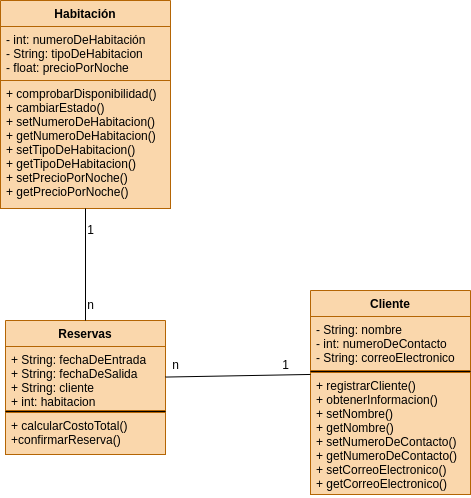
Above: SistemaDeReservasDeHoteles.drawio.png in nexphernandez/Diagramas-de-Clase (draw.io), before the change. Source tidied: cells renumbered, new cells last; positions are measured from the earlier drawing's top-left corner, leaving out a move shared by most shapes. Its diagram source:
```xml
<mxGraphModel background="#ffffff">
  <root>
    <mxCell id="0" />
    <mxCell id="1" parent="0" />
    <mxCell id="2" value="Habitación" style="swimlane;fontStyle=1;align=center;verticalAlign=top;horizontal=1;startSize=26;fillColor=#fad7ac;strokeColor=#b46504;" parent="1" vertex="1">
      <mxGeometry width="170" height="208" as="geometry" />
    </mxCell>
    <mxCell id="3" value="- int: numeroDeHabitación&#10;- String: tipoDeHabitacion&#10;- float: precioPorNoche" style="text;strokeColor=#b46504;fillColor=#fad7ac;align=left;verticalAlign=top;spacingLeft=4;spacingRight=4;overflow=hidden;" parent="2" vertex="1">
      <mxGeometry y="26" width="170" height="54" as="geometry" />
    </mxCell>
    <mxCell id="4" style="line;strokeWidth=1;align=left;verticalAlign=middle;spacingTop=-1;spacingLeft=3;spacingRight=3;labelPosition=right;" parent="2" vertex="1">
      <mxGeometry y="80" width="170" as="geometry" />
    </mxCell>
    <mxCell id="5" value="+ comprobarDisponibilidad()&#10;+ cambiarEstado()&#10;+ setNumeroDeHabitacion()&#10;+ getNumeroDeHabitacion()&#10;+ setTipoDeHabitacion()&#10;+ getTipoDeHabitacion()&#10;+ setPrecioPorNoche()&#10;+ getPrecioPorNoche()&#10;&#10;&#10;" style="text;strokeColor=#b46504;fillColor=#fad7ac;align=left;verticalAlign=top;spacingLeft=4;spacingRight=4;overflow=hidden;points=[[0,0.5],[1,0.5]];portConstraint=eastwest;" parent="2" vertex="1">
      <mxGeometry y="80" width="170" height="128" as="geometry" />
    </mxCell>
    <mxCell id="6" value="Cliente" style="swimlane;fontStyle=1;align=center;verticalAlign=top;horizontal=1;startSize=26;fillColor=#fad7ac;strokeColor=#b46504;" parent="1" vertex="1">
      <mxGeometry x="310" y="290" width="160" height="204" as="geometry" />
    </mxCell>
    <mxCell id="7" value="- String: nombre&#10;- int: numeroDeContacto&#10;- String: correoElectronico" style="text;strokeColor=#b46504;fillColor=#fad7ac;align=left;verticalAlign=top;spacingLeft=4;spacingRight=4;overflow=hidden;" parent="6" vertex="1">
      <mxGeometry y="26" width="160" height="54" as="geometry" />
    </mxCell>
    <mxCell id="8" style="line;strokeWidth=1;align=left;verticalAlign=middle;spacingTop=-1;spacingLeft=3;spacingRight=3;labelPosition=right;" parent="6" vertex="1">
      <mxGeometry y="80" width="160" height="2" as="geometry" />
    </mxCell>
    <mxCell id="9" value="+ registrarCliente()&#10;+ obtenerInformacion()&#10;+ setNombre()&#10;+ getNombre()&#10;+ setNumeroDeContacto()&#10;+ getNumeroDeContacto()&#10;+ setCorreoElectronico()&#10;+ getCorreoElectronico()" style="text;strokeColor=#b46504;fillColor=#fad7ac;align=left;verticalAlign=top;spacingLeft=4;spacingRight=4;overflow=hidden;points=[[0,0.5],[1,0.5]];portConstraint=eastwest;" parent="6" vertex="1">
      <mxGeometry y="82" width="160" height="122" as="geometry" />
    </mxCell>
    <mxCell id="10" value="Reservas" style="swimlane;fontStyle=1;align=center;verticalAlign=top;horizontal=1;startSize=26;fillColor=#fad7ac;strokeColor=#b46504;" parent="1" vertex="1">
      <mxGeometry x="5" y="320" width="160" height="134" as="geometry" />
    </mxCell>
    <mxCell id="11" value="+ String: fechaDeEntrada&#10;+ String: fechaDeSalida&#10;+ String: cliente&#10;+ int: habitacion" style="text;strokeColor=#b46504;fillColor=#fad7ac;align=left;verticalAlign=top;spacingLeft=4;spacingRight=4;overflow=hidden;points=[[0,0.5],[1,0.5]];portConstraint=eastwest;" parent="10" vertex="1">
      <mxGeometry y="26" width="160" height="64" as="geometry" />
    </mxCell>
    <mxCell id="12" style="line;strokeWidth=1;align=left;verticalAlign=middle;spacingTop=-1;spacingLeft=3;spacingRight=3;labelPosition=right;" parent="10" vertex="1">
      <mxGeometry y="90" width="160" height="2" as="geometry" />
    </mxCell>
    <mxCell id="13" value="+ calcularCostoTotal()&#10;+confirmarReserva()" style="text;strokeColor=#b46504;fillColor=#fad7ac;align=left;verticalAlign=top;spacingLeft=4;spacingRight=4;overflow=hidden;" parent="10" vertex="1">
      <mxGeometry y="92" width="160" height="42" as="geometry" />
    </mxCell>
    <mxCell id="14" style="edgeStyle=none;html=1;entryX=0.5;entryY=0;entryDx=0;entryDy=0;endArrow=none;endFill=0;" parent="1" edge="1" source="5" target="10">
      <mxGeometry relative="1" as="geometry" />
    </mxCell>
    <mxCell id="15" style="edgeStyle=none;html=1;entryX=0;entryY=0.016;entryDx=0;entryDy=0;entryPerimeter=0;endArrow=none;endFill=0;" parent="1" edge="1" source="11" target="9">
      <mxGeometry relative="1" as="geometry" />
    </mxCell>
    <mxCell id="16" value="1" style="text;html=1;align=center;verticalAlign=middle;strokeColor=none;fillColor=none;" parent="1" vertex="1">
      <mxGeometry x="75" y="215" width="30" height="30" as="geometry" />
    </mxCell>
    <mxCell id="17" value="n" style="text;html=1;align=center;verticalAlign=middle;strokeColor=none;fillColor=none;" parent="1" vertex="1">
      <mxGeometry x="75" y="290" width="30" height="30" as="geometry" />
    </mxCell>
    <mxCell id="18" value="1" style="text;html=1;align=center;verticalAlign=middle;strokeColor=none;fillColor=none;" parent="1" vertex="1">
      <mxGeometry x="270" y="350" width="30" height="30" as="geometry" />
    </mxCell>
    <mxCell id="19" value="n" style="text;html=1;align=center;verticalAlign=middle;strokeColor=none;fillColor=none;" parent="1" vertex="1">
      <mxGeometry x="160" y="350" width="30" height="30" as="geometry" />
    </mxCell>
  </root>
</mxGraphModel>
```
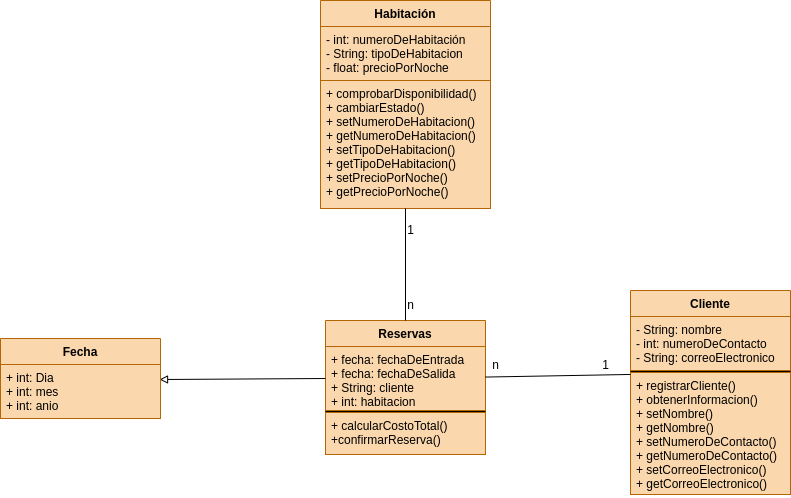
Above is the later version.

Diff of the diagram source:
```diff
@@ -29,7 +29,7 @@
     <mxCell id="10" value="Reservas" style="swimlane;fontStyle=1;align=center;verticalAlign=top;horizontal=1;startSize=26;fillColor=#fad7ac;strokeColor=#b46504;" parent="1" vertex="1">
       <mxGeometry x="5" y="320" width="160" height="134" as="geometry" />
     </mxCell>
-    <mxCell id="11" value="+ String: fechaDeEntrada&#10;+ String: fechaDeSalida&#10;+ String: cliente&#10;+ int: habitacion" style="text;strokeColor=#b46504;fillColor=#fad7ac;align=left;verticalAlign=top;spacingLeft=4;spacingRight=4;overflow=hidden;points=[[0,0.5],[1,0.5]];portConstraint=eastwest;" parent="10" vertex="1">
+    <mxCell id="11" value="+ fecha: fechaDeEntrada&#10;+ fecha: fechaDeSalida&#10;+ String: cliente&#10;+ int: habitacion" style="text;strokeColor=#b46504;fillColor=#fad7ac;align=left;verticalAlign=top;spacingLeft=4;spacingRight=4;overflow=hidden;points=[[0,0.5],[1,0.5]];portConstraint=eastwest;" parent="10" vertex="1">
       <mxGeometry y="26" width="160" height="64" as="geometry" />
     </mxCell>
     <mxCell id="12" style="line;strokeWidth=1;align=left;verticalAlign=middle;spacingTop=-1;spacingLeft=3;spacingRight=3;labelPosition=right;" parent="10" vertex="1">
@@ -56,5 +56,17 @@
     <mxCell id="19" value="n" style="text;html=1;align=center;verticalAlign=middle;strokeColor=none;fillColor=none;" parent="1" vertex="1">
       <mxGeometry x="160" y="350" width="30" height="30" as="geometry" />
     </mxCell>
+    <mxCell id="20" style="edgeStyle=none;html=1;endArrow=block;endFill=0;exitX=0;exitY=0.5;exitDx=0;exitDy=0;entryX=0.994;entryY=0.278;entryDx=0;entryDy=0;entryPerimeter=0;" parent="1" edge="1" source="11" target="22">
+      <mxGeometry relative="1" as="geometry" />
+    </mxCell>
+    <mxCell id="21" value="Fecha" style="swimlane;fontStyle=1;align=center;verticalAlign=top;horizontal=1;startSize=26;fillColor=#fad7ac;strokeColor=#b46504;" parent="1" vertex="1">
+      <mxGeometry x="-320" y="338" width="160" height="80" as="geometry" />
+    </mxCell>
+    <mxCell id="22" value="+ int: Dia&#10;+ int: mes&#10;+ int: anio" style="text;strokeColor=#b46504;fillColor=#fad7ac;align=left;verticalAlign=top;spacingLeft=4;spacingRight=4;overflow=hidden;points=[[0,0.5],[1,0.5]];portConstraint=eastwest;" parent="21" vertex="1">
+      <mxGeometry y="26" width="160" height="54" as="geometry" />
+    </mxCell>
+    <mxCell id="23" style="line;strokeWidth=1;fillColor=#fad7ac;align=left;verticalAlign=middle;spacingTop=-1;spacingLeft=3;spacingRight=3;labelPosition=right;strokeColor=#b46504;" parent="21" vertex="1">
+      <mxGeometry y="80" width="160" as="geometry" />
+    </mxCell>
   </root>
 </mxGraphModel>
```
